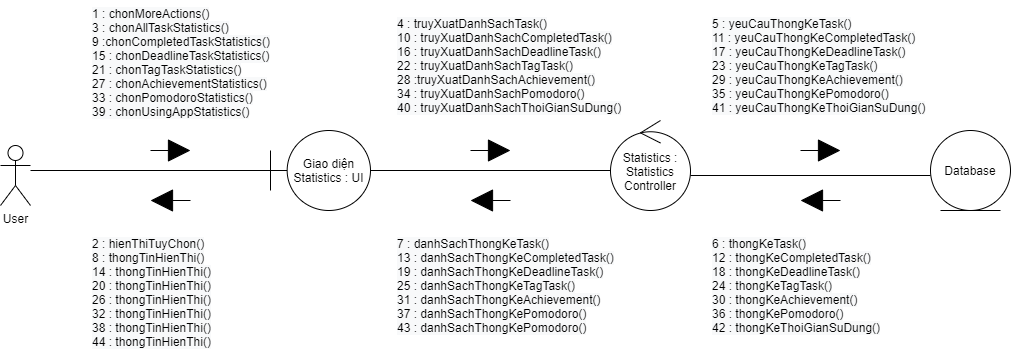
Earlier version of the draw.io export ToDoApp-Doc/Document/Diagram/Collaboration Diagram/Statistics/Statistics_CollaborationDiagram.png (Merevoli-DatLuu/To-Do-App). Source tidied: cells renumbered, new cells last; positions are measured from the earlier drawing's top-left corner, leaving out a move shared by most shapes.
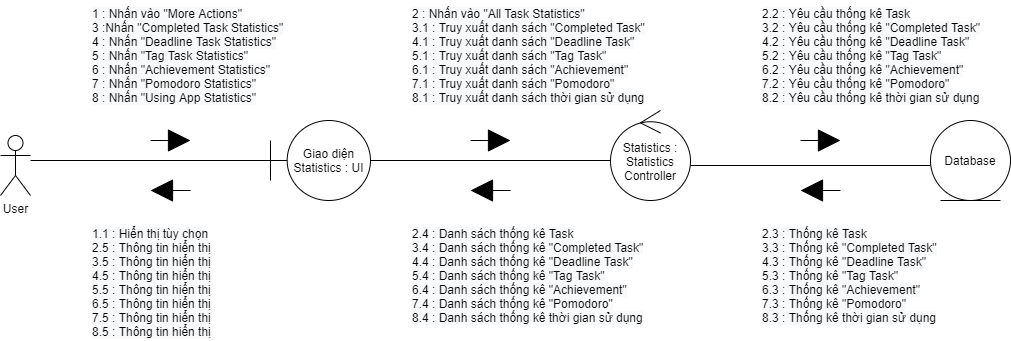
After the commit.

Commit message:
[Modified] : Statistics_CollaborationDiagram Image

The edit, as a diff of the source:
```diff
@@ -62,23 +62,23 @@
         <mxPoint x="800" y="200" as="targetPoint" />
       </mxGeometry>
     </mxCell>
-    <mxCell id="16" value="&lt;span style=&quot;color: rgb(0 , 0 , 0) ; font-family: &amp;#34;helvetica&amp;#34; ; font-size: 12px ; font-style: normal ; font-weight: 400 ; letter-spacing: normal ; text-indent: 0px ; text-transform: none ; word-spacing: 0px ; background-color: rgb(248 , 249 , 250) ; display: inline ; float: none&quot;&gt;1 : chonMoreActions()&lt;br&gt;&lt;span style=&quot;font-family: &amp;#34;helvetica&amp;#34;&quot;&gt;3 : chonAllTaskStatistics()&lt;br&gt;&lt;/span&gt;&lt;span style=&quot;font-family: &amp;#34;helvetica&amp;#34;&quot;&gt;9 :chonCompletedTaskStatistics()&lt;br&gt;&lt;/span&gt;&lt;span style=&quot;font-family: &amp;#34;helvetica&amp;#34;&quot;&gt;15 : chonDeadlineTaskStatistics()&lt;br&gt;&lt;/span&gt;&lt;span style=&quot;font-family: &amp;#34;helvetica&amp;#34;&quot;&gt;21 : chonTagTaskStatistics()&lt;br&gt;&lt;/span&gt;&lt;span style=&quot;font-family: &amp;#34;helvetica&amp;#34;&quot;&gt;27 : chonAchievementStatistics()&lt;br&gt;&lt;/span&gt;&lt;span style=&quot;font-family: &amp;#34;helvetica&amp;#34;&quot;&gt;33 : chonPomodoroStatistics()&lt;br&gt;&lt;/span&gt;&lt;span style=&quot;font-family: &amp;#34;helvetica&amp;#34;&quot;&gt;39 : chonUsingAppStatistics()&lt;/span&gt;&lt;br&gt;&lt;/span&gt;" style="text;whiteSpace=wrap;html=1;" parent="1" vertex="1">
-      <mxGeometry x="90" width="190" height="120" as="geometry" />
-    </mxCell>
-    <mxCell id="17" value="&lt;span style=&quot;color: rgb(0 , 0 , 0) ; font-family: &amp;#34;helvetica&amp;#34; ; font-size: 12px ; font-style: normal ; font-weight: 400 ; letter-spacing: normal ; text-indent: 0px ; text-transform: none ; word-spacing: 0px ; background-color: rgb(248 , 249 , 250) ; display: inline ; float: none&quot;&gt;2 : hienThiTuyChon()&lt;br&gt;&lt;span style=&quot;font-family: &amp;#34;helvetica&amp;#34;&quot;&gt;8 : thongTinHienThi()&lt;br&gt;&lt;/span&gt;14 : thongTinHienThi()&lt;br&gt;20 : thongTinHienThi()&lt;br&gt;26 : thongTinHienThi()&lt;br&gt;32 : thongTinHienThi()&lt;br&gt;38 : thongTinHienThi()&lt;br&gt;44 : thongTinHienThi()&lt;br&gt;&lt;/span&gt;" style="text;whiteSpace=wrap;html=1;" parent="1" vertex="1">
-      <mxGeometry x="90" y="230" width="140" height="120" as="geometry" />
-    </mxCell>
-    <mxCell id="18" value="&lt;span style=&quot;color: rgb(0 , 0 , 0) ; font-family: &amp;#34;helvetica&amp;#34; ; font-size: 12px ; font-style: normal ; font-weight: 400 ; letter-spacing: normal ; text-indent: 0px ; text-transform: none ; word-spacing: 0px ; background-color: rgb(248 , 249 , 250) ; display: inline ; float: none&quot;&gt;4 : truyXuatDanhSachTask()&lt;br&gt;&lt;span&gt;10 : truyXuatDanhSachCompletedTask()&lt;br&gt;&lt;/span&gt;&lt;span&gt;16 : truyXuatDanhSachDeadlineTask()&lt;br&gt;&lt;/span&gt;&lt;span&gt;22 : truyXuatDanhSachTagTask()&lt;br&gt;&lt;/span&gt;&lt;span&gt;28 :truyXuatDanhSachAchievement()&lt;br&gt;&lt;/span&gt;&lt;span&gt;34 : truyXuatDanhSachPomodoro()&lt;br&gt;&lt;/span&gt;&lt;span&gt;40 : truyXuatDanhSachThoiGianSuDung()&lt;/span&gt;&lt;br&gt;&lt;/span&gt;" style="text;whiteSpace=wrap;html=1;" parent="1" vertex="1">
-      <mxGeometry x="395" y="10" width="235" height="110" as="geometry" />
-    </mxCell>
-    <mxCell id="19" value="&lt;span style=&quot;color: rgb(0 , 0 , 0) ; font-family: &amp;#34;helvetica&amp;#34; ; font-size: 12px ; font-style: normal ; font-weight: 400 ; letter-spacing: normal ; text-indent: 0px ; text-transform: none ; word-spacing: 0px ; background-color: rgb(248 , 249 , 250) ; display: inline ; float: none&quot;&gt;5 : yeuCauThongKeTask()&lt;br&gt;&lt;span style=&quot;font-family: &amp;#34;helvetica&amp;#34;&quot;&gt;11 : yeuCauThongKeCompletedTask()&lt;br&gt;&lt;/span&gt;&lt;span style=&quot;font-family: &amp;#34;helvetica&amp;#34;&quot;&gt;17 : yeuCauThongKeDeadlineTask()&lt;br&gt;&lt;/span&gt;23 : yeuCauThongKeTagTask()&lt;br&gt;&lt;span&gt;29 : yeuCauThongKeAchievement()&lt;br&gt;&lt;/span&gt;&lt;span&gt;35 : yeuCauThongKePomodoro()&lt;br&gt;&lt;/span&gt;&lt;span&gt;41 : yeuCauThongKeThoiGianSuDung()&lt;/span&gt;&lt;br&gt;&lt;/span&gt;" style="text;whiteSpace=wrap;html=1;" parent="1" vertex="1">
-      <mxGeometry x="710" y="10" width="220" height="110" as="geometry" />
-    </mxCell>
-    <mxCell id="20" value="&lt;span style=&quot;color: rgb(0 , 0 , 0) ; font-family: &amp;#34;helvetica&amp;#34; ; font-size: 12px ; font-style: normal ; font-weight: 400 ; letter-spacing: normal ; text-indent: 0px ; text-transform: none ; word-spacing: 0px ; background-color: rgb(248 , 249 , 250) ; display: inline ; float: none&quot;&gt;6 : thongKeTask()&lt;br&gt;&lt;span style=&quot;font-family: &amp;#34;helvetica&amp;#34;&quot;&gt;12 : thongKeCompletedTask()&lt;br&gt;&lt;/span&gt;&lt;span style=&quot;font-family: &amp;#34;helvetica&amp;#34;&quot;&gt;18 : thongKeDeadlineTask()&lt;br&gt;&lt;/span&gt;24 : thongKeTagTask()&lt;br&gt;30 : thongKeAchievement()&lt;br&gt;&lt;span&gt;36 : thongKePomodoro()&lt;br&gt;&lt;/span&gt;42 : thongKeThoiGianSuDung()&lt;br&gt;&lt;/span&gt;" style="text;whiteSpace=wrap;html=1;" parent="1" vertex="1">
-      <mxGeometry x="710" y="230" width="180" height="110" as="geometry" />
-    </mxCell>
-    <mxCell id="21" value="&lt;span style=&quot;color: rgb(0 , 0 , 0) ; font-family: &amp;#34;helvetica&amp;#34; ; font-size: 12px ; font-style: normal ; font-weight: 400 ; letter-spacing: normal ; text-indent: 0px ; text-transform: none ; word-spacing: 0px ; background-color: rgb(248 , 249 , 250) ; display: inline ; float: none&quot;&gt;7 : danhSachThongKeTask()&lt;br&gt;13 : danhSachThongKeCompletedTask()&lt;br&gt;19 : danhSachThongKeDeadlineTask()&lt;br&gt;25 : danhSachThongKeTagTask()&lt;br&gt;31 : danhSachThongKeAchievement()&lt;br&gt;37 : danhSachThongKePomodoro()&lt;br&gt;43 : danhSachThongKePomodoro()&lt;br&gt;&lt;/span&gt;" style="text;whiteSpace=wrap;html=1;" parent="1" vertex="1">
-      <mxGeometry x="395" y="230" width="220" height="110" as="geometry" />
+    <mxCell id="21" value="&lt;span style=&quot;color: rgb(0 , 0 , 0) ; font-family: &amp;#34;helvetica&amp;#34; ; font-size: 12px ; font-style: normal ; font-weight: 400 ; letter-spacing: normal ; text-indent: 0px ; text-transform: none ; word-spacing: 0px ; background-color: rgb(248 , 249 , 250) ; display: inline ; float: none&quot;&gt;1 : Nhấn vào &quot;More Actions&quot;&lt;br&gt;&lt;span style=&quot;font-family: &amp;#34;helvetica&amp;#34;&quot;&gt;3 :Nhấn &quot;Completed Task Statistics&quot;&lt;br&gt;&lt;/span&gt;&lt;span style=&quot;font-family: &amp;#34;helvetica&amp;#34;&quot;&gt;4 : Nhấn &quot;Deadline Task Statistics&quot;&lt;br&gt;&lt;/span&gt;&lt;span style=&quot;font-family: &amp;#34;helvetica&amp;#34;&quot;&gt;5 : Nhấn &quot;Tag Task Statistics&quot;&lt;br&gt;&lt;/span&gt;&lt;span style=&quot;font-family: &amp;#34;helvetica&amp;#34;&quot;&gt;6 : Nhấn &quot;Achievement Statistics&quot;&lt;br&gt;&lt;/span&gt;&lt;span style=&quot;font-family: &amp;#34;helvetica&amp;#34;&quot;&gt;7 : Nhấn &quot;Pomodoro Statistics&quot;&lt;br&gt;&lt;/span&gt;&lt;span style=&quot;font-family: &amp;#34;helvetica&amp;#34;&quot;&gt;8 : Nhấn &quot;Using App Statistics&quot;&lt;/span&gt;&lt;br&gt;&lt;/span&gt;" style="text;whiteSpace=wrap;html=1;" parent="1" vertex="1">
+      <mxGeometry x="90" y="10" width="200" height="100" as="geometry" />
     </mxCell>
+    <mxCell id="22" value="&lt;span style=&quot;color: rgb(0 , 0 , 0) ; font-family: &amp;#34;helvetica&amp;#34; ; font-size: 12px ; font-style: normal ; font-weight: 400 ; letter-spacing: normal ; text-indent: 0px ; text-transform: none ; word-spacing: 0px ; background-color: rgb(248 , 249 , 250) ; display: inline ; float: none&quot;&gt;1.1 : Hiển thị tùy chọn&lt;br&gt;&lt;span style=&quot;font-family: &amp;#34;helvetica&amp;#34;&quot;&gt;2.5 : Thông tin hiển thị&lt;br&gt;&lt;/span&gt;&lt;span style=&quot;font-family: &amp;#34;helvetica&amp;#34;&quot;&gt;3.5 : Thông tin hiển thị&lt;br&gt;&lt;/span&gt;&lt;span style=&quot;font-family: &amp;#34;helvetica&amp;#34;&quot;&gt;4.5 : Thông tin hiển thị&lt;br&gt;&lt;/span&gt;&lt;span style=&quot;font-family: &amp;#34;helvetica&amp;#34;&quot;&gt;5.5 : Thông tin hiển thị&lt;br&gt;&lt;/span&gt;&lt;span style=&quot;font-family: &amp;#34;helvetica&amp;#34;&quot;&gt;6.5 : Thông tin hiển thị&lt;br&gt;&lt;/span&gt;&lt;span style=&quot;font-family: &amp;#34;helvetica&amp;#34;&quot;&gt;7.5 : Thông tin hiển thị&lt;br&gt;&lt;/span&gt;&lt;span style=&quot;font-family: &amp;#34;helvetica&amp;#34;&quot;&gt;8.5 : Thông tin hiển thị&lt;/span&gt;&lt;br&gt;&lt;/span&gt;" style="text;whiteSpace=wrap;html=1;" parent="1" vertex="1">
+      <mxGeometry x="90" y="230" width="130" height="120" as="geometry" />
+    </mxCell>
+    <mxCell id="23" value="&lt;span style=&quot;color: rgb(0 , 0 , 0) ; font-family: &amp;#34;helvetica&amp;#34; ; font-size: 12px ; font-style: normal ; font-weight: 400 ; letter-spacing: normal ; text-indent: 0px ; text-transform: none ; word-spacing: 0px ; background-color: rgb(248 , 249 , 250) ; display: inline ; float: none&quot;&gt;2 : Nhấn vào &quot;All Task Statistics&quot;&lt;br&gt;&lt;span&gt;3.1 : Truy xuất danh sách &quot;Completed Task&quot;&lt;br&gt;&lt;/span&gt;&lt;span&gt;4.1 : Truy xuất danh sách &quot;Deadline Task&quot;&lt;br&gt;&lt;/span&gt;&lt;span&gt;5.1 : Truy xuất danh sách &quot;Tag Task&quot;&lt;br&gt;&lt;/span&gt;&lt;span&gt;6.1 : Truy xuất danh sách &quot;Achievement&quot;&lt;br&gt;&lt;/span&gt;&lt;span&gt;7.1 : Truy xuất danh sách &quot;Pomodoro&quot;&lt;br&gt;&lt;/span&gt;&lt;span&gt;8.1 : Truy xuất danh sách thời gian sử dụng&lt;/span&gt;&lt;br&gt;&lt;/span&gt;" style="text;whiteSpace=wrap;html=1;" parent="1" vertex="1">
+      <mxGeometry x="410" y="10" width="240" height="100" as="geometry" />
+    </mxCell>
+    <mxCell id="24" value="&lt;span style=&quot;color: rgb(0 , 0 , 0) ; font-family: &amp;#34;helvetica&amp;#34; ; font-size: 12px ; font-style: normal ; font-weight: 400 ; letter-spacing: normal ; text-indent: 0px ; text-transform: none ; word-spacing: 0px ; background-color: rgb(248 , 249 , 250) ; display: inline ; float: none&quot;&gt;2.2 : Yêu cầu thống kê Task&lt;br&gt;&lt;span style=&quot;font-family: &amp;#34;helvetica&amp;#34;&quot;&gt;3.2 : Yêu cầu thống kê &quot;Completed Task&quot;&lt;br&gt;&lt;/span&gt;&lt;span style=&quot;font-family: &amp;#34;helvetica&amp;#34;&quot;&gt;4.2 : Yêu cầu thống kê &quot;Deadline Task&quot;&lt;br&gt;&lt;/span&gt;&lt;span style=&quot;font-family: &amp;#34;helvetica&amp;#34;&quot;&gt;5.2 : Yêu cầu thống kê &quot;Tag Task&quot;&lt;br&gt;&lt;/span&gt;&lt;span style=&quot;font-family: &amp;#34;helvetica&amp;#34;&quot;&gt;6.2 : Yêu cầu thống kê &quot;Achievement&quot;&lt;br&gt;&lt;/span&gt;&lt;span style=&quot;font-family: &amp;#34;helvetica&amp;#34;&quot;&gt;7.2 : Yêu cầu thống kê &quot;Pomodoro&quot;&lt;br&gt;&lt;/span&gt;&lt;span style=&quot;font-family: &amp;#34;helvetica&amp;#34;&quot;&gt;8.2 : Yêu cầu thống kê thời gian sử dụng&lt;/span&gt;&lt;br&gt;&lt;/span&gt;" style="text;whiteSpace=wrap;html=1;" parent="1" vertex="1">
+      <mxGeometry x="760" y="10" width="230" height="100" as="geometry" />
+    </mxCell>
+    <mxCell id="25" value="&lt;span style=&quot;color: rgb(0 , 0 , 0) ; font-family: &amp;#34;helvetica&amp;#34; ; font-size: 12px ; font-style: normal ; font-weight: 400 ; letter-spacing: normal ; text-indent: 0px ; text-transform: none ; word-spacing: 0px ; background-color: rgb(248 , 249 , 250) ; display: inline ; float: none&quot;&gt;2.3 : Thống kê Task&lt;br&gt;&lt;span style=&quot;font-family: &amp;#34;helvetica&amp;#34;&quot;&gt;3.3 : Thống kê &quot;Completed Task&quot;&lt;br&gt;&lt;/span&gt;&lt;span style=&quot;font-family: &amp;#34;helvetica&amp;#34;&quot;&gt;4.3 : Thống kê &quot;Deadline Task&quot;&lt;br&gt;&lt;/span&gt;&lt;span style=&quot;font-family: &amp;#34;helvetica&amp;#34;&quot;&gt;5.3 : Thống kê &quot;Tag Task&quot;&lt;br&gt;&lt;/span&gt;&lt;span style=&quot;font-family: &amp;#34;helvetica&amp;#34;&quot;&gt;6.3 : Thống kê &quot;Achievement&quot;&lt;br&gt;&lt;/span&gt;&lt;span style=&quot;font-family: &amp;#34;helvetica&amp;#34;&quot;&gt;7.3 : Thống kê &quot;Pomodoro&quot;&lt;br&gt;&lt;/span&gt;&lt;span style=&quot;font-family: &amp;#34;helvetica&amp;#34;&quot;&gt;8.3 : Thống kê thời gian sử dụng&lt;/span&gt;&lt;br&gt;&lt;/span&gt;" style="text;whiteSpace=wrap;html=1;" parent="1" vertex="1">
+      <mxGeometry x="760" y="230" width="180" height="100" as="geometry" />
+    </mxCell>
+    <mxCell id="26" value="&lt;span style=&quot;color: rgb(0 , 0 , 0) ; font-family: &amp;#34;helvetica&amp;#34; ; font-size: 12px ; font-style: normal ; font-weight: 400 ; letter-spacing: normal ; text-indent: 0px ; text-transform: none ; word-spacing: 0px ; background-color: rgb(248 , 249 , 250) ; display: inline ; float: none&quot;&gt;2.4 : Danh sách thống kê Task&lt;br&gt;3.4 :&amp;nbsp;Danh sách thống kê &quot;Completed Task&quot;&lt;br&gt;4.4 : Danh sách thống kê &quot;Deadline Task&quot;&lt;br&gt;5.4 : Danh sách thống kê &quot;Tag Task&quot;&lt;br&gt;6.4 : Danh sách thống kê &quot;Achievement&quot;&lt;br&gt;7.4 : Danh sách thống kê &quot;Pomodoro&quot;&lt;br&gt;8.4 : Danh sách thống kê thời gian sử dụng&lt;br&gt;&lt;/span&gt;" style="text;whiteSpace=wrap;html=1;" parent="1" vertex="1">
+      <mxGeometry x="410" y="230" width="240" height="100" as="geometry" />
+    </mxCell>
   </root>
 </mxGraphModel>
```
